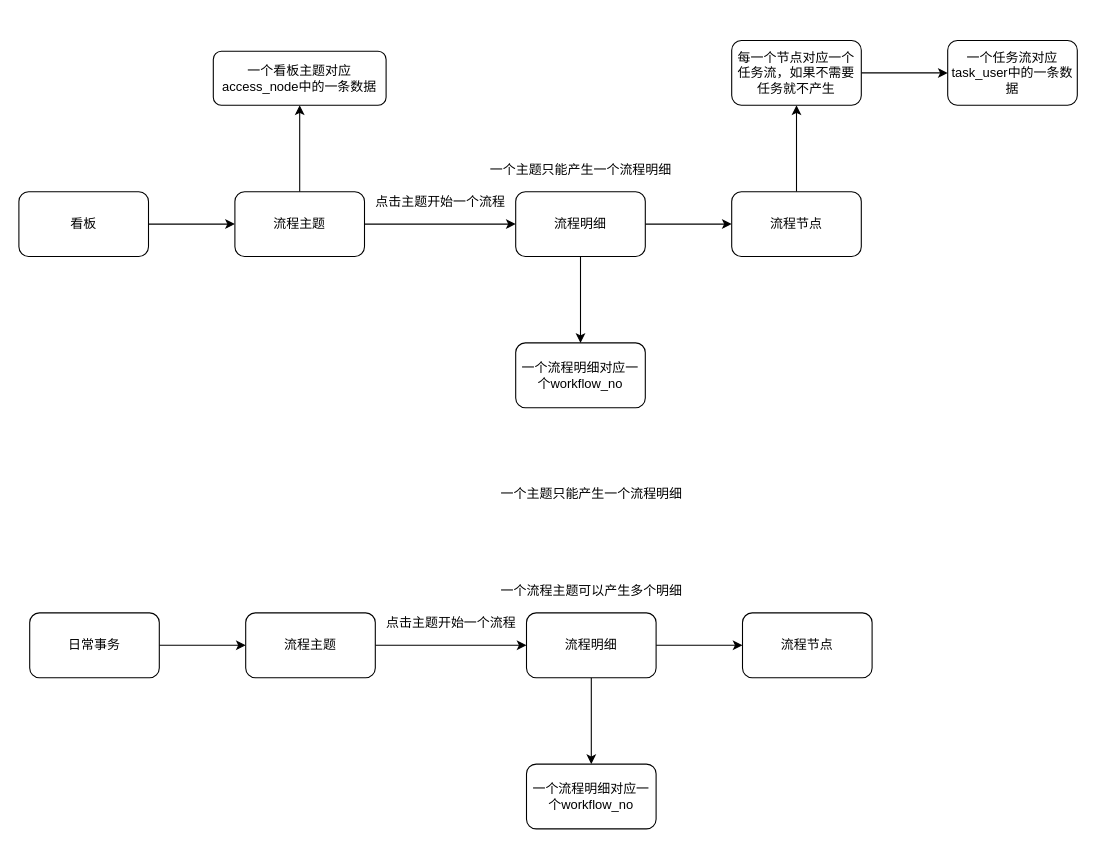
Earlier version of the draw.io diagram 游梯流程/流程关系图.drawio (Sup-W/flow-diagram). Source tidied: cells renumbered, new cells numbered last; positions are measured from the earlier drawing's top-left corner, leaving out a move shared by most shapes. Both pictures are drawn from the tidied source at 108%, with x=0, y=0 at pixel (18, 40).
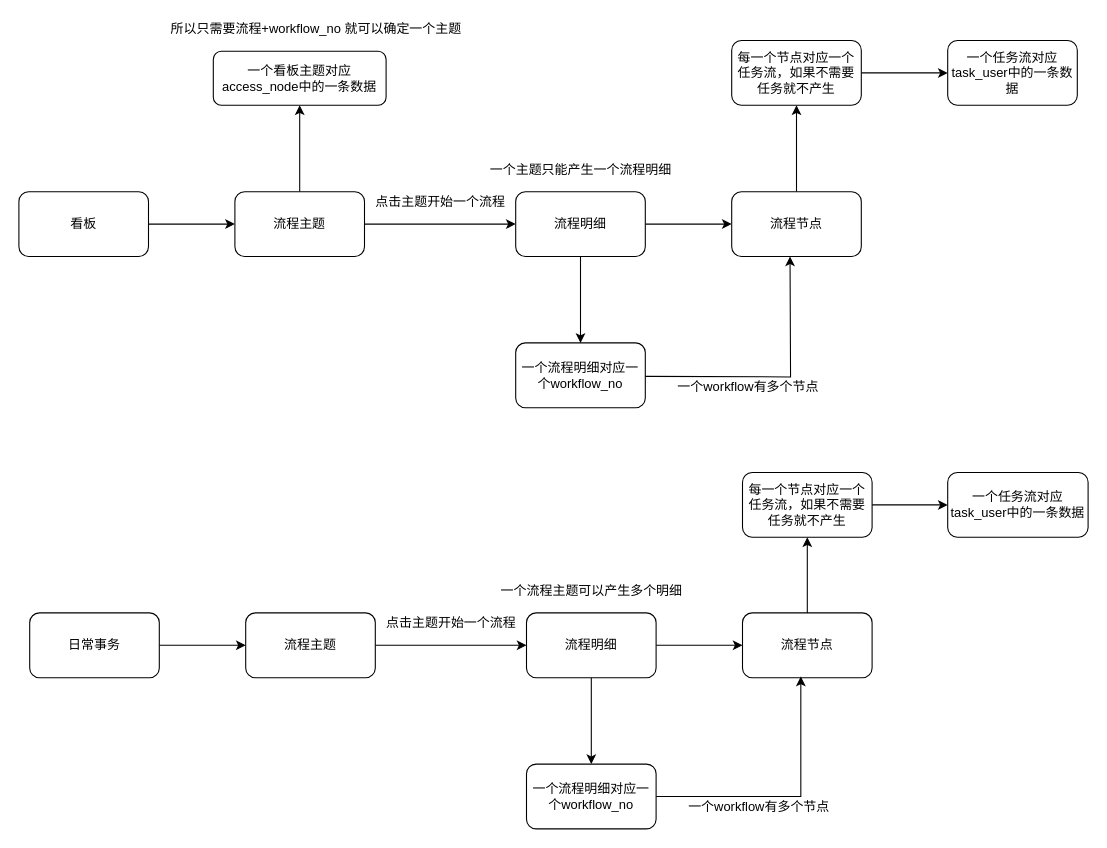
The same diagram, later.

Commit message (it also covers changes not shown here):
Update 流程关系图.drawio

Unchanged cells that the change refers to:
```xml
<mxCell id="22" value="流程节点" style="whiteSpace=wrap;html=1;rounded=1;" parent="1" vertex="1">
  <mxGeometry x="670" y="530" width="120" height="60" as="geometry" />
</mxCell>
<mxCell id="25" value="一个流程明细对应一个workflow_no" style="whiteSpace=wrap;html=1;rounded=1;" parent="1" vertex="1">
  <mxGeometry x="470" y="670" width="120" height="60" as="geometry" />
</mxCell>
```

Diff of the diagram source:
```diff
@@
+    <mxCell id="31" style="edgeStyle=orthogonalEdgeStyle;rounded=0;jettySize=auto;html=1;entryX=0.5;entryY=1;entryDx=0;entryDy=0;" parent="1" edge="1" source="22" target="34">
+      <mxGeometry relative="1" as="geometry" />
+    </mxCell>
@@
-    <mxCell id="24" value="一个主题只能产生一个流程明细" style="text;html=1;align=center;verticalAlign=middle;" parent="1" vertex="1">
-      <mxGeometry x="440" y="410" width="180" height="20" as="geometry" />
-    </mxCell>
+    <mxCell id="32" style="edgeStyle=orthogonalEdgeStyle;rounded=0;jettySize=auto;html=1;entryX=0.45;entryY=0.983;entryDx=0;entryDy=0;entryPerimeter=0;" parent="1" edge="1" source="25" target="22">
+      <mxGeometry relative="1" as="geometry" />
+    </mxCell>
@@
+    <mxCell id="33" style="edgeStyle=orthogonalEdgeStyle;rounded=0;jettySize=auto;html=1;" parent="1" edge="1" source="34" target="35">
+      <mxGeometry relative="1" as="geometry">
+        <Array as="points">
+          <mxPoint x="830" y="430" />
+          <mxPoint x="830" y="430" />
+        </Array>
+      </mxGeometry>
+    </mxCell>
+    <mxCell id="34" value="每一个节点对应一个任务流，如果不需要任务就不产生" style="whiteSpace=wrap;html=1;rounded=1;" parent="1" vertex="1">
+      <mxGeometry x="670" y="400" width="120" height="60" as="geometry" />
+    </mxCell>
+    <mxCell id="35" value="一个任务流对应task_user中的一条数据" style="whiteSpace=wrap;html=1;rounded=1;" parent="1" vertex="1">
+      <mxGeometry x="860" y="400" width="130" height="60" as="geometry" />
+    </mxCell>
+    <mxCell id="36" value="所以只需要流程+workflow_no 就可以确定一个主题" style="text;html=1;align=center;verticalAlign=middle;" parent="1" vertex="1">
+      <mxGeometry x="130" y="-20" width="290" height="20" as="geometry" />
+    </mxCell>
+    <mxCell id="37" value="一个workflow有多个节点" style="text;html=1;align=center;verticalAlign=middle;" parent="1" vertex="1">
+      <mxGeometry x="610" y="700" width="150" height="20" as="geometry" />
+    </mxCell>
+    <mxCell id="38" style="edgeStyle=orthogonalEdgeStyle;rounded=0;orthogonalLoop=1;jettySize=auto;html=1;entryX=0.45;entryY=0.983;entryDx=0;entryDy=0;entryPerimeter=0;" parent="1" edge="1">
+      <mxGeometry relative="1" as="geometry">
+        <mxPoint x="580" y="311" as="sourcePoint" />
+        <mxPoint x="714" y="200" as="targetPoint" />
+      </mxGeometry>
+    </mxCell>
+    <mxCell id="39" value="一个workflow有多个节点" style="text;html=1;align=center;verticalAlign=middle;" parent="1" vertex="1">
+      <mxGeometry x="600" y="311" width="150" height="20" as="geometry" />
+    </mxCell>
```
